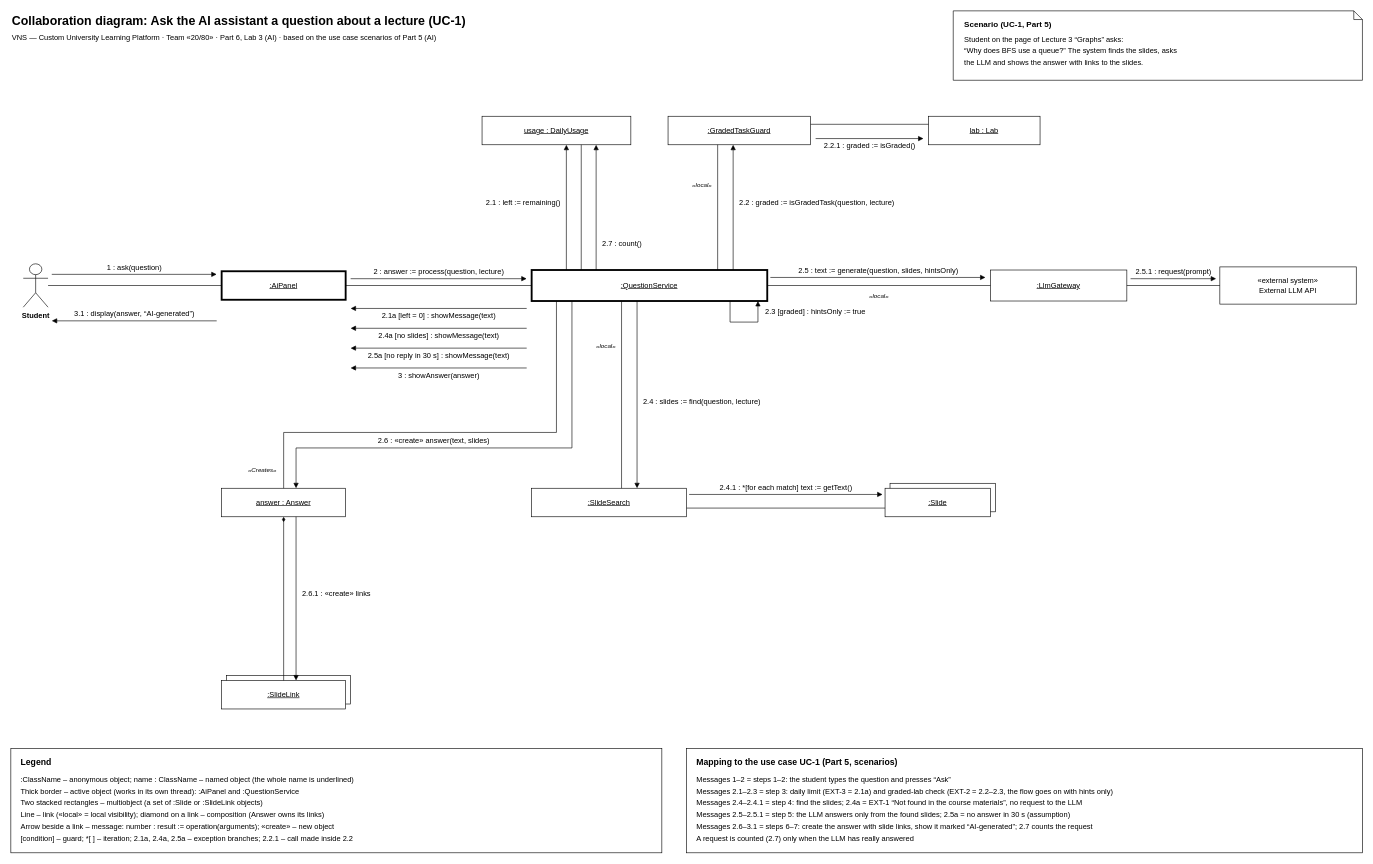
The draw.io diagram BA/Part 6_Diagramming UML-20260912/Done/AI/Artifacts/1. Collaboration Diagram_VNS.drawio in yarikshevchuk/business-analysis, before the edit. Source tidied: cells renumbered, new cells numbered last; positions are measured from the earlier drawing's top-left corner, leaving out a move shared by most shapes. Both pictures are drawn from the tidied source at 62%, with x=0, y=0 at pixel (11, 11).
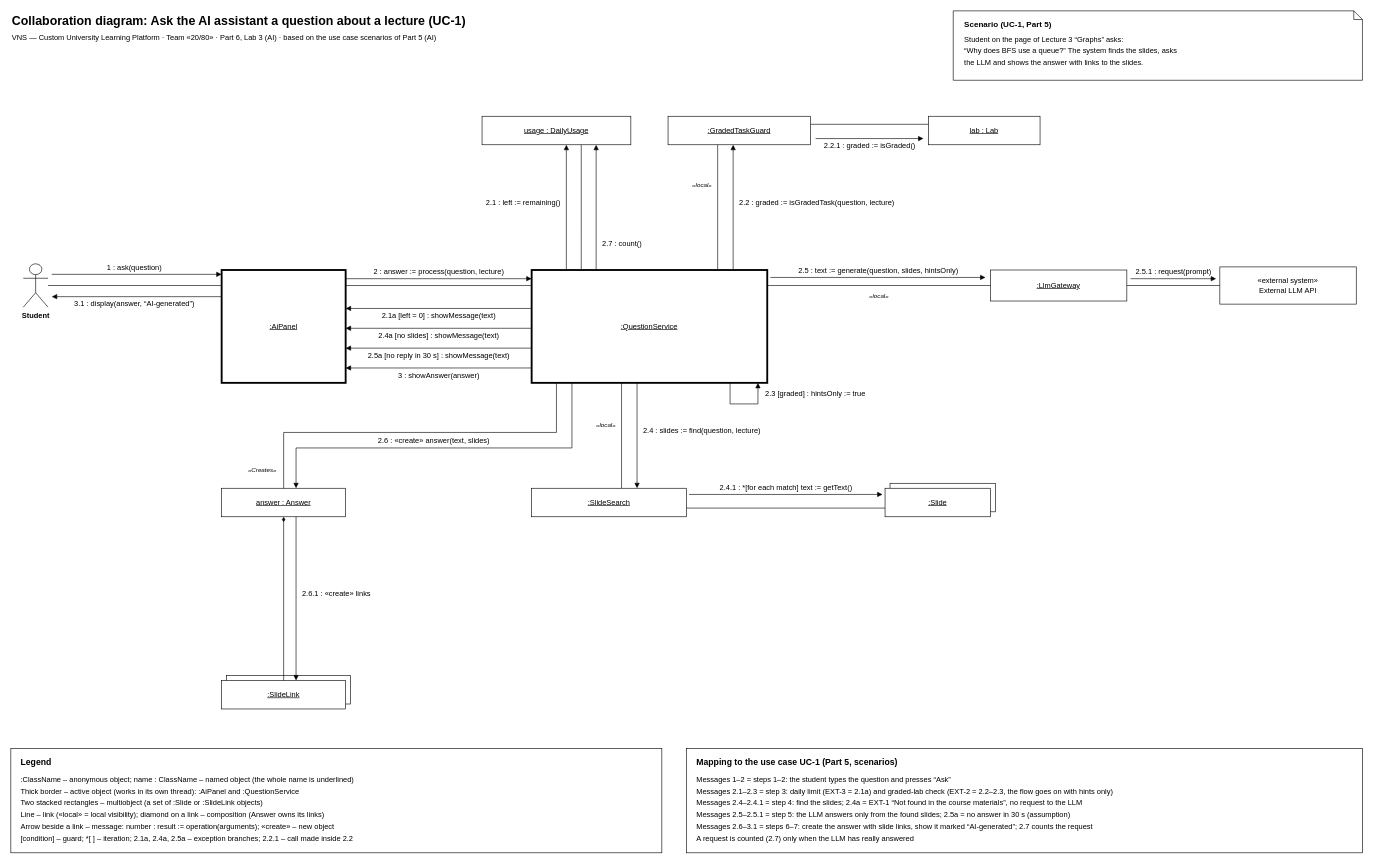
The same diagram, later.

Commit message (it also covers changes not shown here):
BA Part 6 (AI): rework collaboration and sequence diagrams

The change refers to these unchanged cells:
```xml
<mxCell id="4" value="Student" style="shape=umlActor;verticalLabelPosition=bottom;verticalAlign=top;html=1;outlineConnect=0;fontSize=12;fontStyle=1;fontFamily=Helvetica;" parent="1" vertex="1">
  <mxGeometry x="20" y="408" width="40" height="70" as="geometry" />
</mxCell>
<mxCell id="10" value=":LlmGateway" style="rounded=0;whiteSpace=wrap;html=1;verticalAlign=middle;align=center;fillColor=#ffffff;strokeColor=#000000;strokeWidth=1;fontSize=12;fontStyle=4;fontFamily=Helvetica;" parent="1" vertex="1">
  <mxGeometry x="1580" y="418" width="220" height="50" as="geometry" />
</mxCell>
```

Diff of the diagram source:
```diff
@@
     <mxCell id="5" value=":AiPanel" style="rounded=0;whiteSpace=wrap;html=1;verticalAlign=middle;align=center;fillColor=#ffffff;strokeColor=#000000;strokeWidth=3;fontSize=12;fontStyle=4;fontFamily=Helvetica;" parent="1" vertex="1">
-      <mxGeometry x="340" y="420" width="200" height="46" as="geometry" />
+      <mxGeometry x="340" y="418" width="200" height="182" as="geometry" />
     </mxCell>
     <mxCell id="6" value=":QuestionService" style="rounded=0;whiteSpace=wrap;html=1;verticalAlign=middle;align=center;fillColor=#ffffff;strokeColor=#000000;strokeWidth=3;fontSize=12;fontStyle=4;fontFamily=Helvetica;" parent="1" vertex="1">
-      <mxGeometry x="840" y="418" width="380" height="50" as="geometry" />
+      <mxGeometry x="840" y="418" width="380" height="182" as="geometry" />
     </mxCell>
@@
-    <mxCell id="18" style="html=1;edgeStyle=none;rounded=0;strokeColor=#000000;strokeWidth=1;endArrow=none;endFill=1;startArrow=none;startFill=1;exitX=1.0000;exitY=0.5000;exitPerimeter=0;entryX=0.0000;entryY=0.5000;entryPerimeter=0;" parent="1" edge="1" source="4" target="5">
+    <mxCell id="18" style="html=1;edgeStyle=none;rounded=0;strokeColor=#000000;strokeWidth=1;endArrow=none;endFill=1;startArrow=none;startFill=1;exitX=1;exitY=0.5;exitPerimeter=0;entryX=0;entryY=0.1374;entryPerimeter=0;" parent="1" edge="1" source="4" target="5">
       <mxGeometry relative="1" as="geometry" />
     </mxCell>
-    <mxCell id="19" style="html=1;edgeStyle=none;rounded=0;strokeColor=#000000;strokeWidth=1;endArrow=none;endFill=1;startArrow=none;startFill=1;exitX=1.0000;exitY=0.5000;exitPerimeter=0;entryX=0.0000;entryY=0.5000;entryPerimeter=0;" parent="1" edge="1" source="5" target="6">
+    <mxCell id="19" style="html=1;edgeStyle=none;rounded=0;strokeColor=#000000;strokeWidth=1;endArrow=none;endFill=1;startArrow=none;startFill=1;exitX=1;exitY=0.1374;exitPerimeter=0;entryX=0;entryY=0.1374;entryPerimeter=0;" parent="1" edge="1" source="5" target="6">
       <mxGeometry relative="1" as="geometry" />
     </mxCell>
@@
-    <mxCell id="23" style="html=1;edgeStyle=none;rounded=0;strokeColor=#000000;strokeWidth=1;endArrow=none;endFill=1;startArrow=none;startFill=1;exitX=1.0000;exitY=0.5000;exitPerimeter=0;entryX=0.0000;entryY=0.5000;entryPerimeter=0;" parent="1" edge="1" source="6" target="10">
+    <mxCell id="23" style="html=1;edgeStyle=none;rounded=0;strokeColor=#000000;strokeWidth=1;endArrow=none;endFill=1;startArrow=none;startFill=1;exitX=1;exitY=0.1374;exitPerimeter=0;entryX=0;entryY=0.5;entryPerimeter=0;" parent="1" edge="1" source="6" target="10">
       <mxGeometry relative="1" as="geometry" />
     </mxCell>
@@
     <mxCell id="29" value="«local»" style="text;html=1;strokeColor=none;fillColor=none;align=right;verticalAlign=middle;whiteSpace=nowrap;fontColor=#000000;fontSize=10;fontStyle=2;fontFamily=Helvetica;" parent="1" vertex="1">
-      <mxGeometry x="929.8" y="533" width="47.2" height="14" as="geometry" />
+      <mxGeometry x="929.8" y="660" width="47.2" height="14" as="geometry" />
     </mxCell>
@@
     <mxCell id="34" style="html=1;edgeStyle=none;rounded=0;strokeColor=#000000;strokeWidth=1;endArrow=block;endFill=1;startArrow=none;startFill=1;" parent="1" edge="1">
       <mxGeometry relative="1" as="geometry">
         <mxPoint x="66" y="425" as="sourcePoint" />
-        <mxPoint x="332" y="425" as="targetPoint" />
+        <mxPoint x="340" y="425" as="targetPoint" />
       </mxGeometry>
     </mxCell>
@@
     <mxCell id="36" style="html=1;edgeStyle=none;rounded=0;strokeColor=#000000;strokeWidth=1;endArrow=block;endFill=1;startArrow=none;startFill=1;" parent="1" edge="1">
       <mxGeometry relative="1" as="geometry">
-        <mxPoint x="548" y="432" as="sourcePoint" />
-        <mxPoint x="832" y="432" as="targetPoint" />
+        <mxPoint x="540" y="432" as="sourcePoint" />
+        <mxPoint x="840" y="432" as="targetPoint" />
       </mxGeometry>
     </mxCell>
@@
     <mxCell id="38" style="html=1;edgeStyle=none;rounded=0;strokeColor=#000000;strokeWidth=1;endArrow=block;endFill=1;startArrow=none;startFill=1;" parent="1" edge="1">
       <mxGeometry relative="1" as="geometry">
-        <mxPoint x="832" y="480" as="sourcePoint" />
-        <mxPoint x="548" y="480" as="targetPoint" />
+        <mxPoint x="840" y="480" as="sourcePoint" />
+        <mxPoint x="540" y="480" as="targetPoint" />
       </mxGeometry>
     </mxCell>
@@
     <mxCell id="40" style="html=1;edgeStyle=none;rounded=0;strokeColor=#000000;strokeWidth=1;endArrow=block;endFill=1;startArrow=none;startFill=1;" parent="1" edge="1">
       <mxGeometry relative="1" as="geometry">
-        <mxPoint x="832" y="512" as="sourcePoint" />
-        <mxPoint x="548" y="512" as="targetPoint" />
+        <mxPoint x="840" y="512" as="sourcePoint" />
+        <mxPoint x="540" y="512" as="targetPoint" />
       </mxGeometry>
     </mxCell>
@@
     <mxCell id="42" style="html=1;edgeStyle=none;rounded=0;strokeColor=#000000;strokeWidth=1;endArrow=block;endFill=1;startArrow=none;startFill=1;" parent="1" edge="1">
       <mxGeometry relative="1" as="geometry">
-        <mxPoint x="832" y="544" as="sourcePoint" />
-        <mxPoint x="548" y="544" as="targetPoint" />
+        <mxPoint x="840" y="544" as="sourcePoint" />
+        <mxPoint x="540" y="544" as="targetPoint" />
       </mxGeometry>
     </mxCell>
@@
     <mxCell id="44" style="html=1;edgeStyle=none;rounded=0;strokeColor=#000000;strokeWidth=1;endArrow=block;endFill=1;startArrow=none;startFill=1;" parent="1" edge="1">
       <mxGeometry relative="1" as="geometry">
-        <mxPoint x="832" y="576" as="sourcePoint" />
-        <mxPoint x="548" y="576" as="targetPoint" />
+        <mxPoint x="840" y="576" as="sourcePoint" />
+        <mxPoint x="540" y="576" as="targetPoint" />
       </mxGeometry>
     </mxCell>
@@
     <mxCell id="46" style="html=1;edgeStyle=none;rounded=0;strokeColor=#000000;strokeWidth=1;endArrow=block;endFill=1;startArrow=none;startFill=1;" parent="1" edge="1">
       <mxGeometry relative="1" as="geometry">
-        <mxPoint x="332" y="500" as="sourcePoint" />
-        <mxPoint x="66" y="500" as="targetPoint" />
+        <mxPoint x="340" y="461" as="sourcePoint" />
+        <mxPoint x="66" y="461" as="targetPoint" />
       </mxGeometry>
     </mxCell>
     <mxCell id="47" value="3.1 : display(answer, “AI-generated”)" style="text;html=1;strokeColor=none;fillColor=none;align=center;verticalAlign=middle;whiteSpace=nowrap;fontColor=#000000;fontSize=12;fontStyle=0;fontFamily=Helvetica;" parent="1" vertex="1">
-      <mxGeometry x="79.6" y="481" width="238.9" height="16" as="geometry" />
+      <mxGeometry x="79.6" y="465" width="238.9" height="16" as="geometry" />
     </mxCell>
@@
     <mxCell id="56" style="html=1;edgeStyle=none;rounded=0;strokeColor=#000000;strokeWidth=1;endArrow=block;endFill=1;startArrow=none;startFill=1;" parent="1" edge="1">
       <mxGeometry relative="1" as="geometry">
-        <mxPoint x="1160" y="468" as="sourcePoint" />
-        <mxPoint x="1205" y="468" as="targetPoint" />
+        <mxPoint x="1160" y="600" as="sourcePoint" />
+        <mxPoint x="1205" y="600" as="targetPoint" />
         <Array as="points">
-          <mxPoint x="1160" y="502" />
-          <mxPoint x="1205" y="502" />
+          <mxPoint x="1160" y="634" />
+          <mxPoint x="1205" y="634" />
         </Array>
       </mxGeometry>
     </mxCell>
     <mxCell id="57" value="2.3 [graded] : hintsOnly := true" style="text;html=1;strokeColor=none;fillColor=none;align=left;verticalAlign=middle;whiteSpace=nowrap;fontColor=#000000;fontSize=12;fontStyle=0;fontFamily=Helvetica;" parent="1" vertex="1">
-      <mxGeometry x="1215" y="477" width="207.7" height="16" as="geometry" />
+      <mxGeometry x="1215" y="609" width="207.7" height="16" as="geometry" />
     </mxCell>
     <mxCell id="58" style="html=1;edgeStyle=none;rounded=0;strokeColor=#000000;strokeWidth=1;endArrow=block;endFill=1;startArrow=none;startFill=1;" parent="1" edge="1">
       <mxGeometry relative="1" as="geometry">
-        <mxPoint x="1010" y="468" as="sourcePoint" />
+        <mxPoint x="1010" y="600" as="sourcePoint" />
         <mxPoint x="1010" y="770" as="targetPoint" />
       </mxGeometry>
     </mxCell>
     <mxCell id="59" value="2.4 : slides := find(question, lecture)" style="text;html=1;strokeColor=none;fillColor=none;align=left;verticalAlign=middle;whiteSpace=nowrap;fontColor=#000000;fontSize=12;fontStyle=0;fontFamily=Helvetica;" parent="1" vertex="1">
-      <mxGeometry x="1018" y="622" width="251.4" height="16" as="geometry" />
+      <mxGeometry x="1018" y="670" width="251.4" height="16" as="geometry" />
     </mxCell>
@@
     <mxCell id="66" style="html=1;edgeStyle=none;rounded=0;strokeColor=#000000;strokeWidth=1;endArrow=block;endFill=1;startArrow=none;startFill=1;" parent="1" edge="1">
       <mxGeometry relative="1" as="geometry">
-        <mxPoint x="905" y="468" as="sourcePoint" />
+        <mxPoint x="905" y="600" as="sourcePoint" />
         <mxPoint x="460" y="770" as="targetPoint" />
         <Array as="points">
           <mxPoint x="905" y="705" />
           <mxPoint x="460" y="705" />
         </Array>
       </mxGeometry>
     </mxCell>
```
